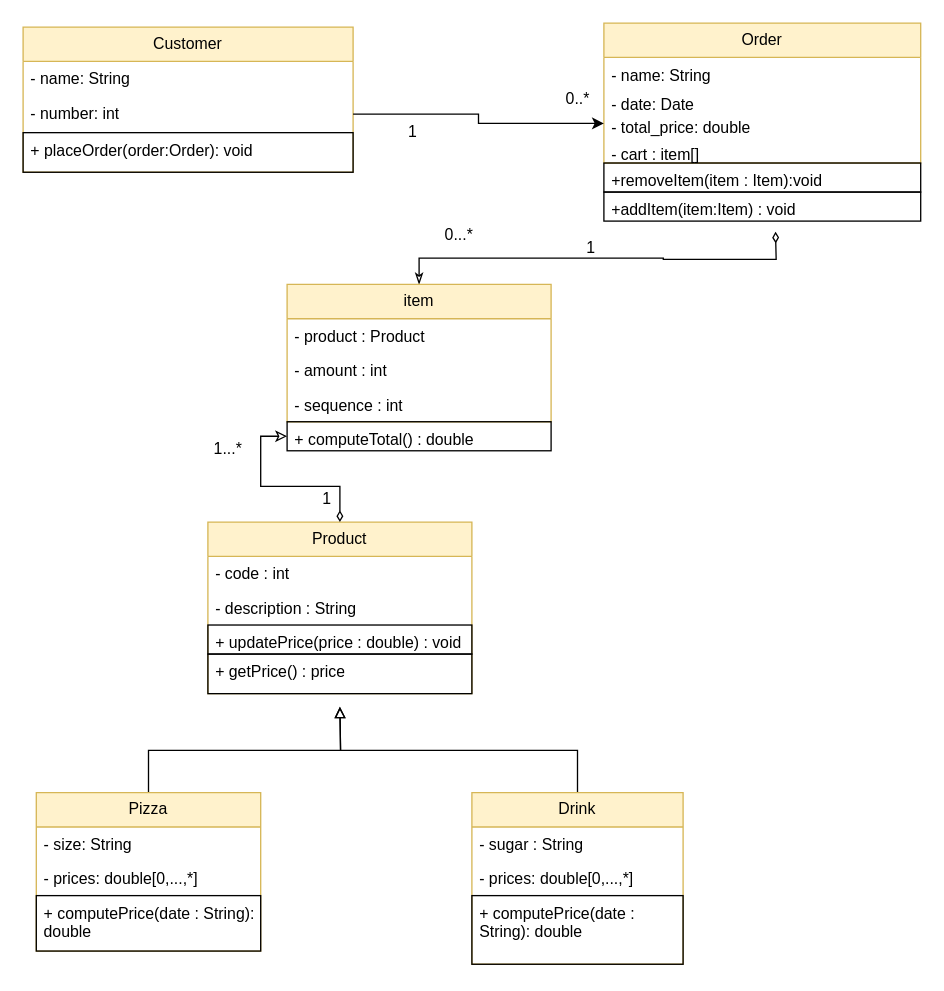
Noah-B-Reef/CS-3560-Homework-3 keeps this draw.io diagram as Q1B.drawio. Above is the earlier version. Source tidied: cells renumbered, new cells numbered last; positions are measured from the earlier drawing's top-left corner, leaving out a move shared by most shapes. Both pictures are drawn from the tidied source at 132%, with x=0, y=0 at pixel (22, 22).
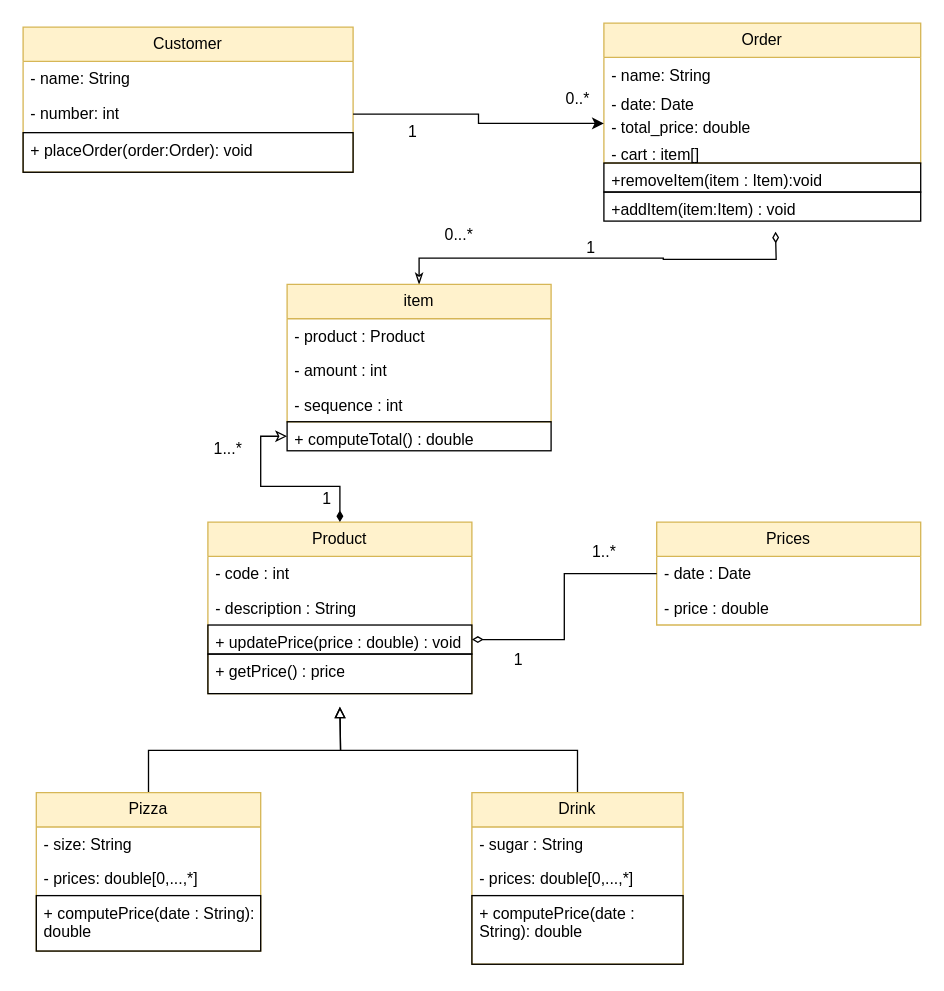
The same diagram, later.

Unchanged cells that the change refers to:
```xml
<mxCell id="11" value="Product" style="swimlane;fontStyle=0;horizontal=1;startSize=26;fillColor=#fff2cc;whiteSpace=wrap;html=1;strokeColor=#d6b656;" parent="1" vertex="1">
  <mxGeometry x="140" y="378" width="200" height="130" as="geometry" />
</mxCell>
<mxCell id="14" value="+ updatePrice(price : double) : void" style="text;strokeColor=default;fillColor=none;align=left;verticalAlign=top;spacingLeft=4;spacingRight=4;overflow=hidden;points=[[0,0.5],[1,0.5]];portConstraint=eastwest;whiteSpace=wrap;html=1;" parent="11" vertex="1">
  <mxGeometry y="78" width="200" height="22" as="geometry" />
</mxCell>
<mxCell id="37" value="+ computeTotal() : double" style="text;strokeColor=default;fillColor=none;align=left;verticalAlign=top;spacingLeft=4;spacingRight=4;overflow=hidden;points=[[0,0.5],[1,0.5]];portConstraint=eastwest;whiteSpace=wrap;html=1;" parent="1" vertex="1">
  <mxGeometry x="200" y="302" width="200" height="22" as="geometry" />
</mxCell>
```

Change to the diagram source:
```diff
@@
-    <mxCell id="36" style="edgeStyle=orthogonalEdgeStyle;rounded=0;jettySize=auto;html=1;exitX=0;exitY=0.5;exitDx=0;exitDy=0;entryX=0.5;entryY=0;entryDx=0;entryDy=0;startArrow=classic;startFill=0;endArrow=diamondThin;endFill=0;" parent="1" edge="1" source="37" target="11">
+    <mxCell id="36" style="edgeStyle=orthogonalEdgeStyle;rounded=0;jettySize=auto;html=1;exitX=0;exitY=0.5;exitDx=0;exitDy=0;entryX=0.5;entryY=0;entryDx=0;entryDy=0;startArrow=classic;startFill=0;endArrow=diamondThin;endFill=1;" parent="1" edge="1" source="37" target="11">
       <mxGeometry relative="1" as="geometry" />
     </mxCell>
@@
+    <mxCell id="42" value="Prices" style="swimlane;fontStyle=0;horizontal=1;startSize=26;fillColor=#fff2cc;whiteSpace=wrap;html=1;strokeColor=#d6b656;" parent="1" vertex="1">
+      <mxGeometry x="480" y="378" width="200" height="78" as="geometry" />
+    </mxCell>
+    <mxCell id="43" value="- date : Date" style="text;strokeColor=none;fillColor=none;align=left;verticalAlign=top;spacingLeft=4;spacingRight=4;overflow=hidden;points=[[0,0.5],[1,0.5]];portConstraint=eastwest;whiteSpace=wrap;html=1;" parent="42" vertex="1">
+      <mxGeometry y="26" width="200" height="26" as="geometry" />
+    </mxCell>
+    <mxCell id="44" value="- price : double&amp;nbsp;" style="text;strokeColor=none;fillColor=none;align=left;verticalAlign=top;spacingLeft=4;spacingRight=4;overflow=hidden;whiteSpace=wrap;html=1;" parent="42" vertex="1">
+      <mxGeometry y="52" width="200" height="26" as="geometry" />
+    </mxCell>
+    <mxCell id="45" style="edgeStyle=orthogonalEdgeStyle;rounded=0;jettySize=auto;html=1;exitX=0;exitY=0.5;exitDx=0;exitDy=0;entryX=1;entryY=0.5;entryDx=0;entryDy=0;endArrow=diamondThin;endFill=0;" parent="1" edge="1" source="43" target="14">
+      <mxGeometry relative="1" as="geometry" />
+    </mxCell>
+    <mxCell id="46" value="1" style="text;html=1;align=center;verticalAlign=middle;strokeColor=none;fillColor=none;" parent="1" vertex="1">
+      <mxGeometry x="360" y="468" width="30" height="30" as="geometry" />
+    </mxCell>
+    <mxCell id="47" value="1..*" style="text;html=1;align=center;verticalAlign=middle;strokeColor=none;fillColor=none;" parent="1" vertex="1">
+      <mxGeometry x="420" y="386" width="40" height="30" as="geometry" />
+    </mxCell>
```
